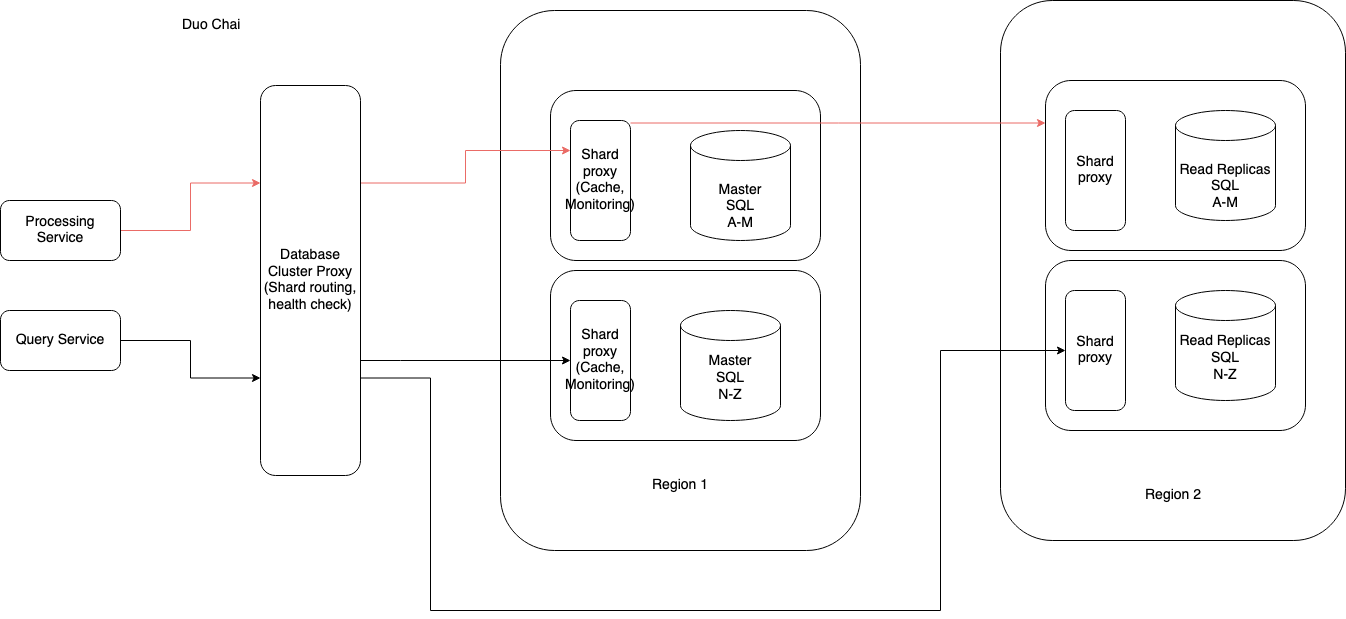
Danny7226/LearningSummary keeps this draw.io diagram as systemdesign/assets/Sql.png. Above is the earlier version. Source tidied: cells renumbered, new cells last; positions are measured from the earlier drawing's top-left corner, leaving out a move shared by most shapes.
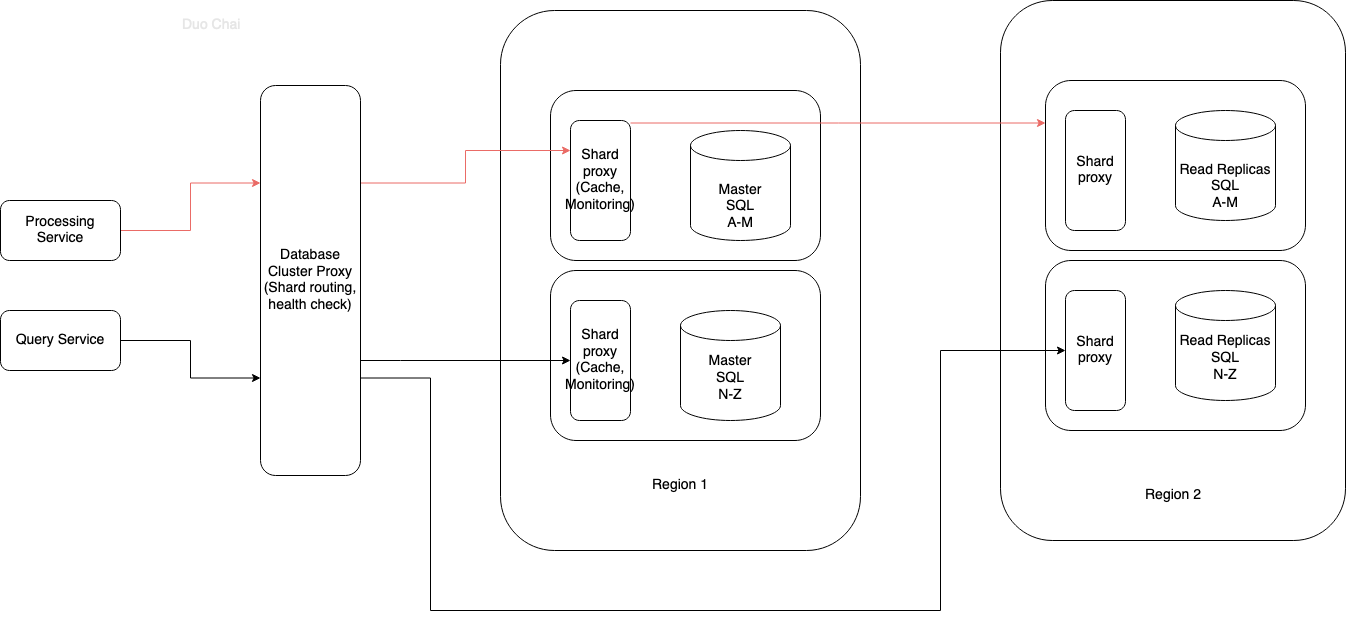
The same diagram one commit later.

The edit, as a diff of the source:
```diff
@@ -98,7 +98,7 @@
     <mxCell id="26" value="&lt;div&gt;Database Cluster Proxy&lt;/div&gt;(Shard routing, health check)" style="rounded=1;whiteSpace=wrap;html=1;" parent="1" vertex="1">
       <mxGeometry x="260" y="85" width="100" height="390" as="geometry" />
     </mxCell>
-    <mxCell id="27" value="Duo Chai" style="text;whiteSpace=wrap;html=1;" parent="1" vertex="1">
+    <mxCell id="27" value="Duo Chai" style="text;whiteSpace=wrap;html=1;fontColor=#E6E6E6;" parent="1" vertex="1">
       <mxGeometry x="180" y="10" width="100" height="40" as="geometry" />
     </mxCell>
   </root>
```
